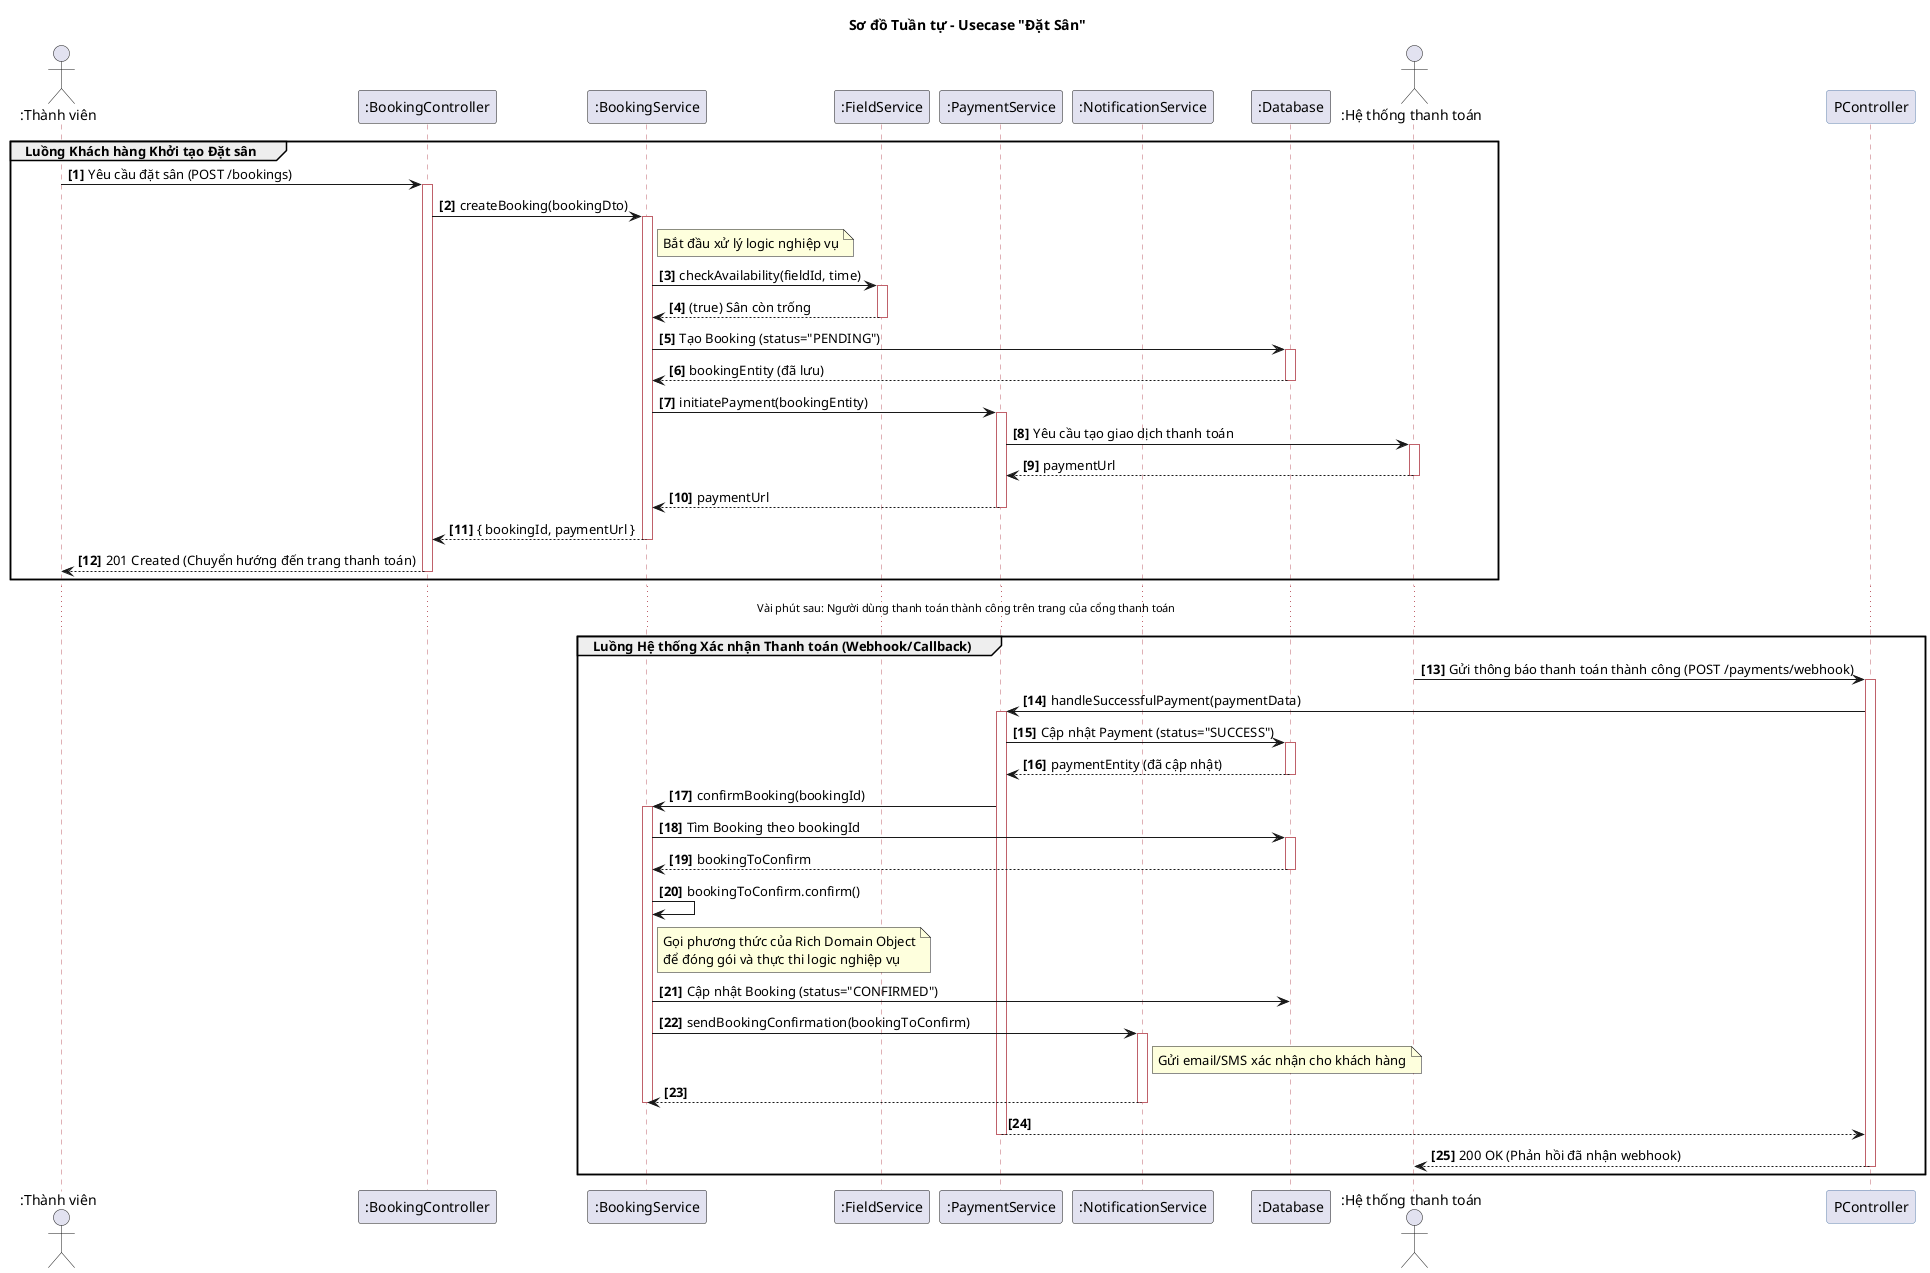
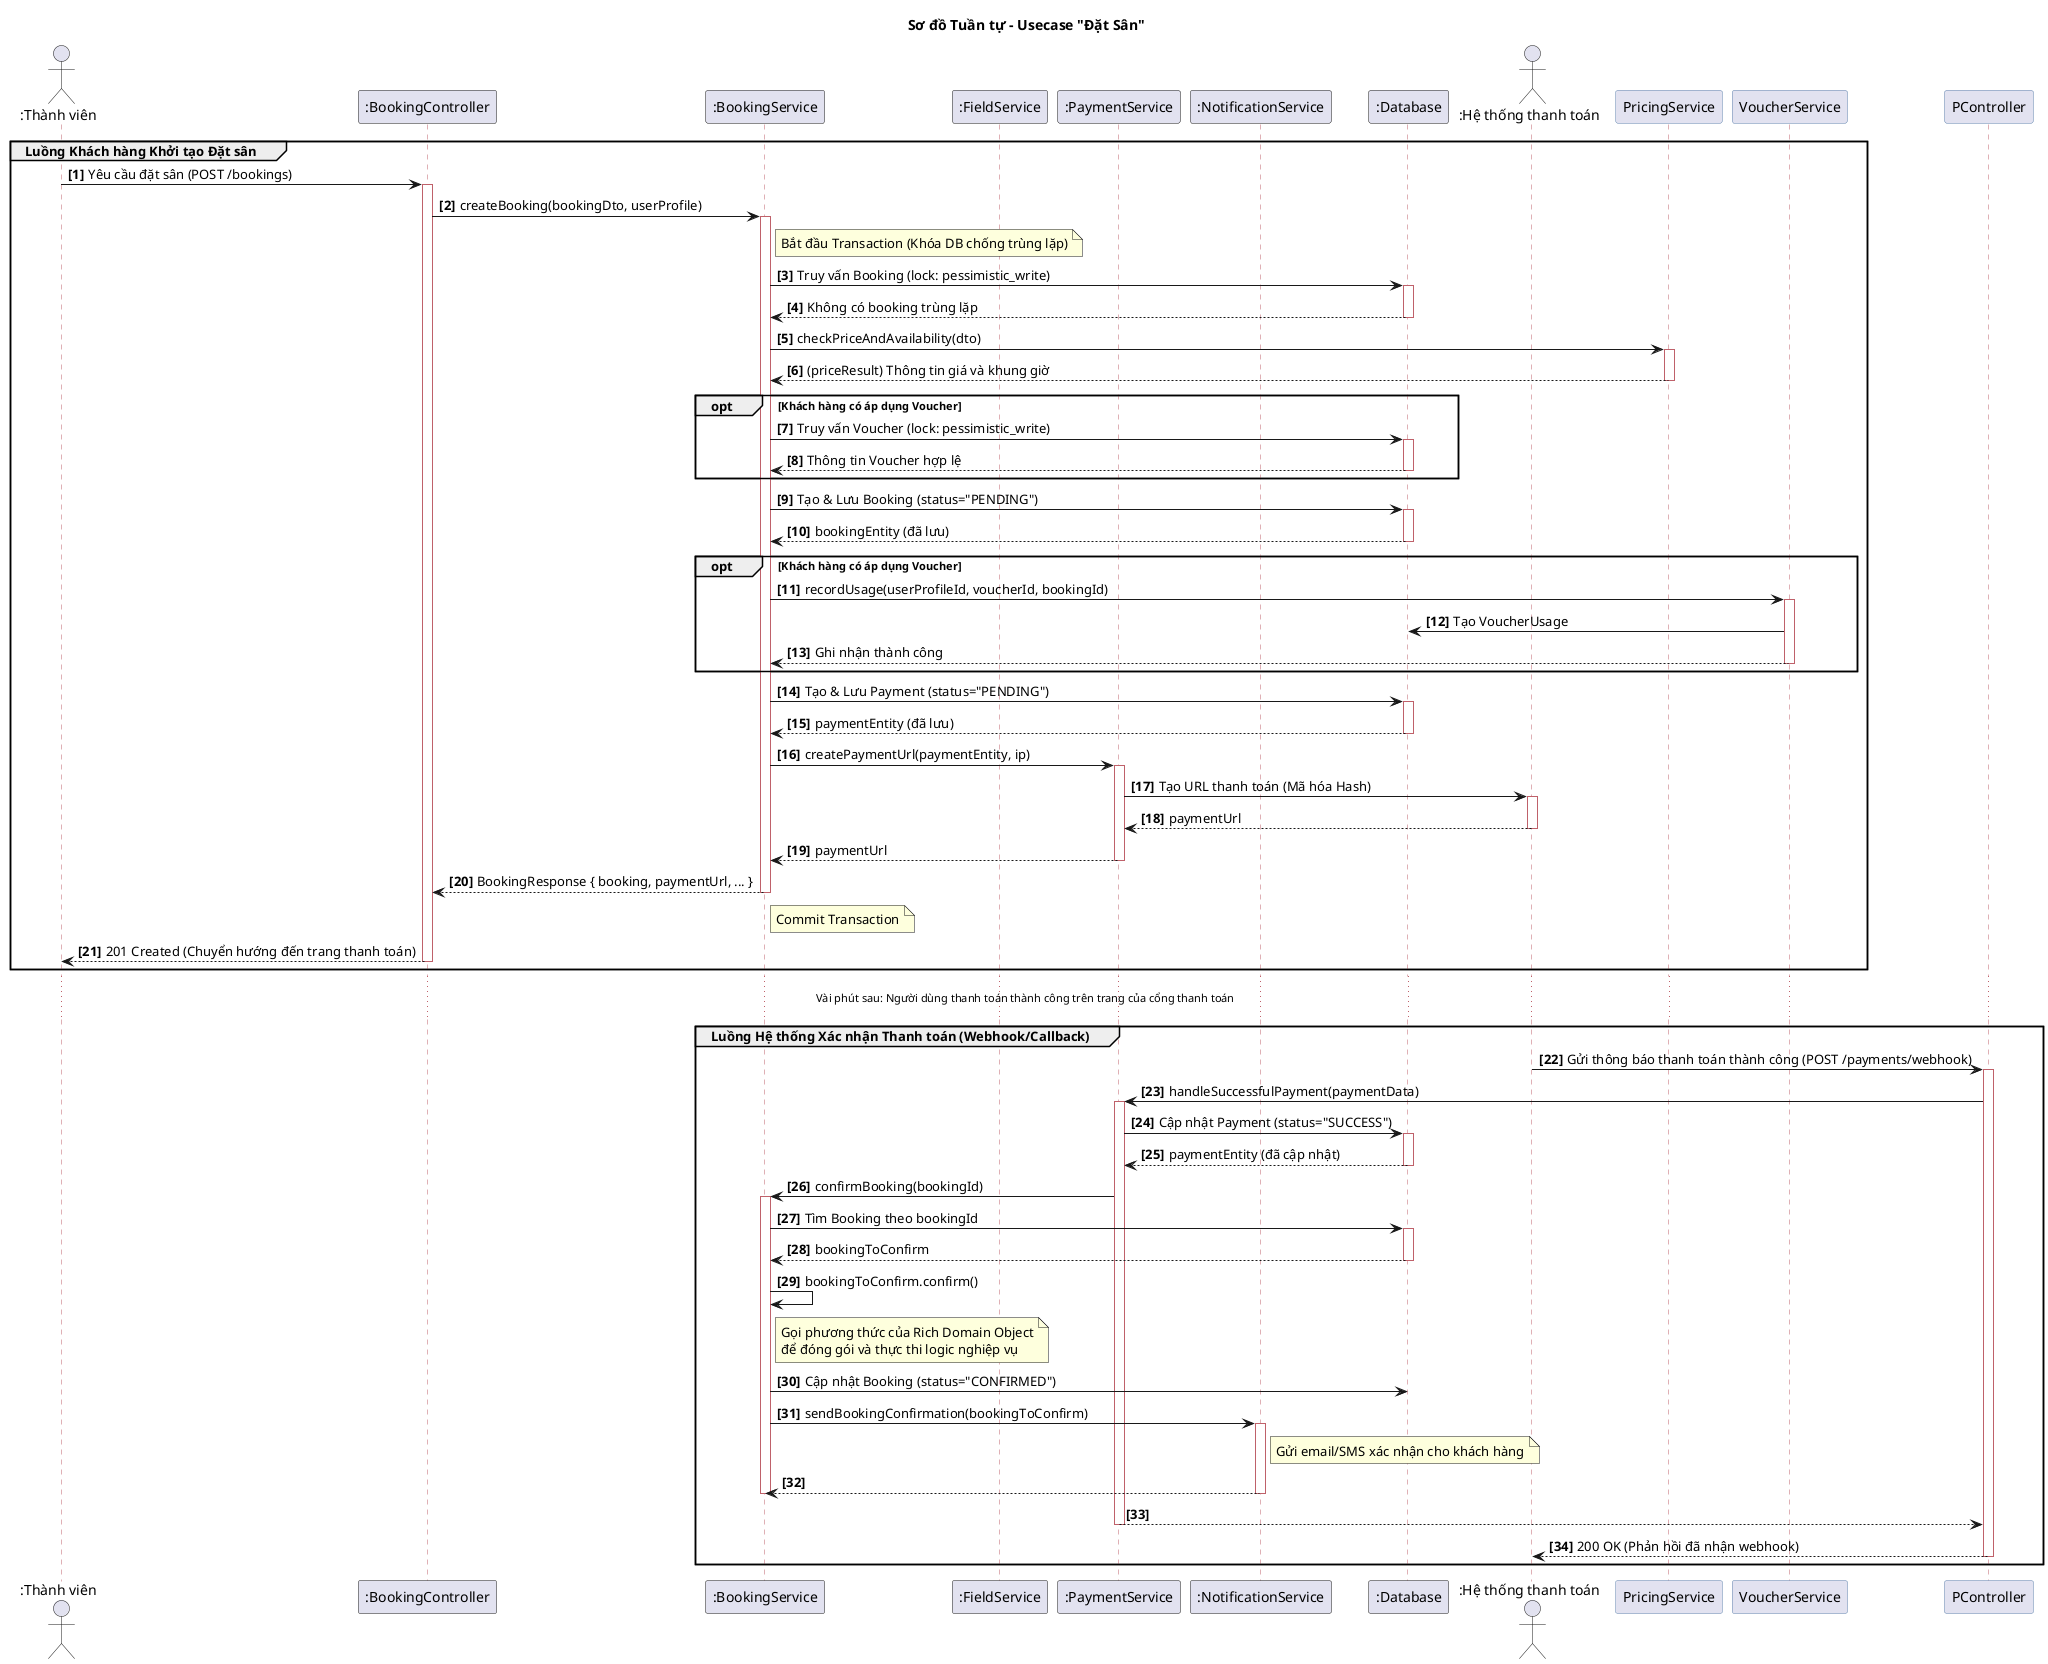
@startuml Create Booking
' Sơ đồ Tuần tự Hoàn Chỉnh - Usecase "Đặt Sân"

title Sơ đồ Tuần tự - Usecase "Đặt Sân"

' --- Cấu hình & Định nghĩa các Thành phần ---
autonumber "<b>[0]"

actor ":Thành viên" as Member
participant ":BookingController" as BController
participant ":BookingService" as BService
participant ":FieldService" as FService
participant ":PaymentService" as PService
participant ":NotificationService" as NotiService
participant ":Database" as DB
actor ":Hệ thống thanh toán" as PaymentGateway

skinparam sequenceActorBorderColor #5E81AC
skinparam sequenceParticipantBorderColor #5E81AC
skinparam sequenceLifeLineBorderColor #BF616A


' --- Bắt đầu luồng nghiệp vụ ---

group Luồng Khách hàng Khởi tạo Đặt sân

    Member -> BController: Yêu cầu đặt sân (POST /bookings)
    activate BController

-     BController -> BService: createBooking(bookingDto)
+     BController -> BService: createBooking(bookingDto, userProfile)
    activate BService
-     note right of BService: Bắt đầu xử lý logic nghiệp vụ
+     note right of BService: Bắt đầu Transaction (Khóa DB chống trùng lặp)

-     BService -> FService: checkAvailability(fieldId, time)
-     activate FService
-     FService --> BService: (true) Sân còn trống
-     deactivate FService
+     BService -> DB: Truy vấn Booking (lock: pessimistic_write)
+     activate DB
+     DB --> BService: Không có booking trùng lặp
+     deactivate DB

-     BService -> DB: Tạo Booking (status="PENDING")
+     BService -> PricingService: checkPriceAndAvailability(dto)
+     activate PricingService
+     PricingService --> BService: (priceResult) Thông tin giá và khung giờ
+     deactivate PricingService
+ 
+     opt Khách hàng có áp dụng Voucher
+         BService -> DB: Truy vấn Voucher (lock: pessimistic_write)
+         activate DB
+         DB --> BService: Thông tin Voucher hợp lệ
+         deactivate DB
+     end
+ 
+     BService -> DB: Tạo & Lưu Booking (status="PENDING")
    activate DB
    DB --> BService: bookingEntity (đã lưu)
    deactivate DB

-     BService -> PService: initiatePayment(bookingEntity)
+     opt Khách hàng có áp dụng Voucher
+         BService -> VoucherService: recordUsage(userProfileId, voucherId, bookingId)
+         activate VoucherService
+         VoucherService -> DB: Tạo VoucherUsage
+         VoucherService --> BService: Ghi nhận thành công
+         deactivate VoucherService
+     end
+ 
+     BService -> DB: Tạo & Lưu Payment (status="PENDING")
+     activate DB
+     DB --> BService: paymentEntity (đã lưu)
+     deactivate DB
+ 
+     BService -> PService: createPaymentUrl(paymentEntity, ip)
    activate PService

-     PService -> PaymentGateway: Yêu cầu tạo giao dịch thanh toán
+     PService -> PaymentGateway: Tạo URL thanh toán (Mã hóa Hash)
    activate PaymentGateway
    PaymentGateway --> PService: paymentUrl
    deactivate PaymentGateway

    PService --> BService: paymentUrl
    deactivate PService

-     BService --> BController: { bookingId, paymentUrl }
+     BService --> BController: BookingResponse { booking, paymentUrl, ... }
+     note right of BService: Commit Transaction
    deactivate BService

    BController --> Member: 201 Created (Chuyển hướng đến trang thanh toán)
    deactivate BController
end

... Vài phút sau: Người dùng thanh toán thành công trên trang của cổng thanh toán ...

group Luồng Hệ thống Xác nhận Thanh toán (Webhook/Callback)

    PaymentGateway -> PController: Gửi thông báo thanh toán thành công (POST /payments/webhook)
    activate PController

    PController -> PService: handleSuccessfulPayment(paymentData)
    activate PService

    PService -> DB: Cập nhật Payment (status="SUCCESS")
    activate DB
    DB --> PService: paymentEntity (đã cập nhật)
    deactivate DB

    PService -> BService: confirmBooking(bookingId)
    activate BService

    BService -> DB: Tìm Booking theo bookingId
    activate DB
    DB --> BService: bookingToConfirm
    deactivate DB


    ' Hành động gọi phương thức của Rich Domain Object là một xử lý nội bộ của Service
    BService -> BService: bookingToConfirm.confirm()
    note right of BService: Gọi phương thức của Rich Domain Object\nđể đóng gói và thực thi logic nghiệp vụ

    BService -> DB: Cập nhật Booking (status="CONFIRMED")

    BService -> NotiService: sendBookingConfirmation(bookingToConfirm)
    activate NotiService
    note right of NotiService: Gửi email/SMS xác nhận cho khách hàng
    NotiService --> BService
    deactivate NotiService

    deactivate BService
    PService --> PController
    deactivate PService

    PController --> PaymentGateway: 200 OK (Phản hồi đã nhận webhook)
    deactivate PController
end

@enduml